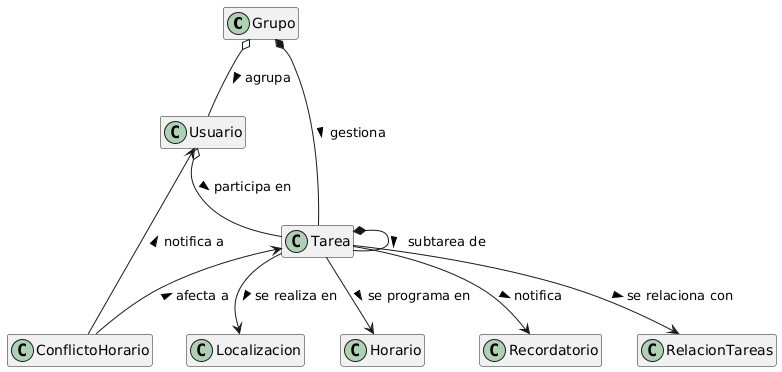
Above: documents/modelosUML/primeraReunion/diagramaClases/diagramaClases.png in inigovaqueroo04/25-26-IdSw1-SdR (PlantUML), before the change.
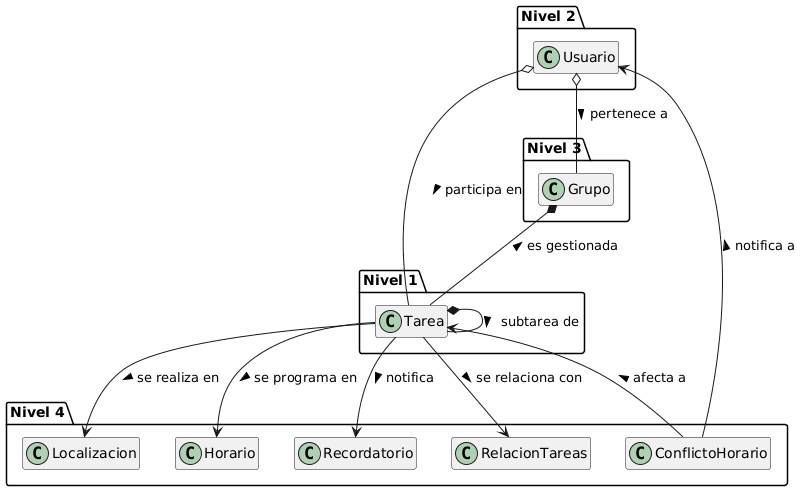
Above is the later version.

Commit message:
Diagrama de clases actualizado

Diff of the diagram source:
```diff
@@ -4,24 +4,33 @@
 hide attributes
 skinparam classAttributeIconSize 0
 
-class Grupo
-class Usuario
-Grupo o-- Usuario : agrupa >
+package "Nivel 1" {
+  class Tarea
+}
 
-class Tarea
-Grupo *-- Tarea : gestiona >
+package "Nivel 2" {
+  class Usuario
+}
+
+package "Nivel 3" {
+  class Grupo
+}
+
+package "Nivel 4" {
+  class ConflictoHorario
+  class Localizacion
+  class Horario
+  class Recordatorio
+  class RelacionTareas
+}
+
+Grupo *-- Tarea : es gestionada <
 Usuario o-- Tarea : participa en >
+Usuario o-- Grupo : pertenece a >
 Tarea *-- Tarea : subtarea de >
-
-class ConflictoHorario
-class Localizacion
-class Horario
-class Recordatorio
-class RelacionTareas
 
 Tarea <-- ConflictoHorario : afecta a <
 Usuario <-- ConflictoHorario : notifica a <
-
 Tarea --> Localizacion : se realiza en >
 Tarea --> Horario : se programa en >
 Tarea --> Recordatorio : notifica >
```
